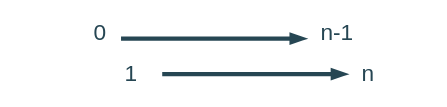
The draw.io diagram rust/0001.two-sum/assets/brute-force.drawio in XuShaohua/TheAlgorithms, before the edit. Source tidied: cells renumbered, new cells numbered last; positions are measured from the earlier drawing's top-left corner, leaving out a move shared by most shapes. Both pictures are drawn from the tidied source at 103%, with x=0, y=0 at pixel (69, 18).
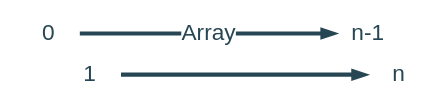
The same page after the edit.

Commit message (it also covers changes not shown here):
0001: Add hash table flow chart

Change to the diagram source:
```diff
@@
 <mxGraphModel>
   <root>
     <mxCell id="0" />
     <mxCell id="1" parent="0" />
-    <mxCell id="2" style="endArrow=blockThin;html=1;rounded=1;shadow=0;strokeColor=#264653;strokeWidth=4;fontFamily=Ubuntu;fontSize=22;fontColor=#264653;fontStyle=0;fillColor=#264653;endFill=1;" parent="1" edge="1">
-      <mxGeometry relative="1" as="geometry">
-        <mxPoint x="50" y="20" as="sourcePoint" />
-        <mxPoint x="230" y="20" as="targetPoint" />
-      </mxGeometry>
+    <mxCell id="2" value="Array" style="endArrow=blockThin;html=1;rounded=1;shadow=0;strokeColor=#264653;strokeWidth=4;fontFamily=Ubuntu;fontSize=22;fontColor=#264653;fontStyle=0;fillColor=#264653;endFill=1;entryX=0;entryY=0.5;entryDx=0;entryDy=0;exitX=1;exitY=0.5;exitDx=0;exitDy=0;" parent="1" edge="1" source="3" target="5">
+      <mxGeometry relative="1" as="geometry" />
     </mxCell>
     <mxCell id="3" value="0" style="text;html=1;align=center;verticalAlign=middle;whiteSpace=wrap;rounded=0;fontFamily=Ubuntu;fontSize=22;fontColor=#264653;fontStyle=0;" parent="1" vertex="1">
-      <mxGeometry width="60" height="30" as="geometry" />
+      <mxGeometry x="-50" width="60" height="30" as="geometry" />
     </mxCell>
     <mxCell id="4" value="1" style="text;html=1;align=center;verticalAlign=middle;whiteSpace=wrap;rounded=0;fontFamily=Ubuntu;fontSize=22;fontColor=#264653;fontStyle=0;" parent="1" vertex="1">
-      <mxGeometry x="30" y="40" width="60" height="30" as="geometry" />
+      <mxGeometry x="-10" y="40" width="60" height="30" as="geometry" />
     </mxCell>
     <mxCell id="5" value="n-1" style="text;html=1;align=center;verticalAlign=middle;whiteSpace=wrap;rounded=0;fontFamily=Ubuntu;fontSize=22;fontColor=#264653;fontStyle=0;" parent="1" vertex="1">
-      <mxGeometry x="230" width="60" height="30" as="geometry" />
+      <mxGeometry x="260" width="60" height="30" as="geometry" />
     </mxCell>
     <mxCell id="6" value="n" style="text;html=1;align=center;verticalAlign=middle;whiteSpace=wrap;rounded=0;fontFamily=Ubuntu;fontSize=22;fontColor=#264653;fontStyle=0;" parent="1" vertex="1">
-      <mxGeometry x="260" y="40" width="60" height="30" as="geometry" />
+      <mxGeometry x="290" y="40" width="60" height="30" as="geometry" />
     </mxCell>
-    <mxCell id="7" style="endArrow=blockThin;html=1;rounded=1;shadow=0;strokeColor=#264653;strokeWidth=4;fontFamily=Ubuntu;fontSize=22;fontColor=#264653;fontStyle=0;fillColor=#264653;endFill=1;" parent="1" edge="1">
-      <mxGeometry relative="1" as="geometry">
-        <mxPoint x="90" y="54.5" as="sourcePoint" />
-        <mxPoint x="270" y="54.5" as="targetPoint" />
-      </mxGeometry>
+    <mxCell id="7" style="endArrow=blockThin;html=1;rounded=1;shadow=0;strokeColor=#264653;strokeWidth=4;fontFamily=Ubuntu;fontSize=22;fontColor=#264653;fontStyle=0;fillColor=#264653;endFill=1;" parent="1" edge="1" source="4" target="6">
+      <mxGeometry relative="1" as="geometry" />
     </mxCell>
   </root>
 </mxGraphModel>
```
